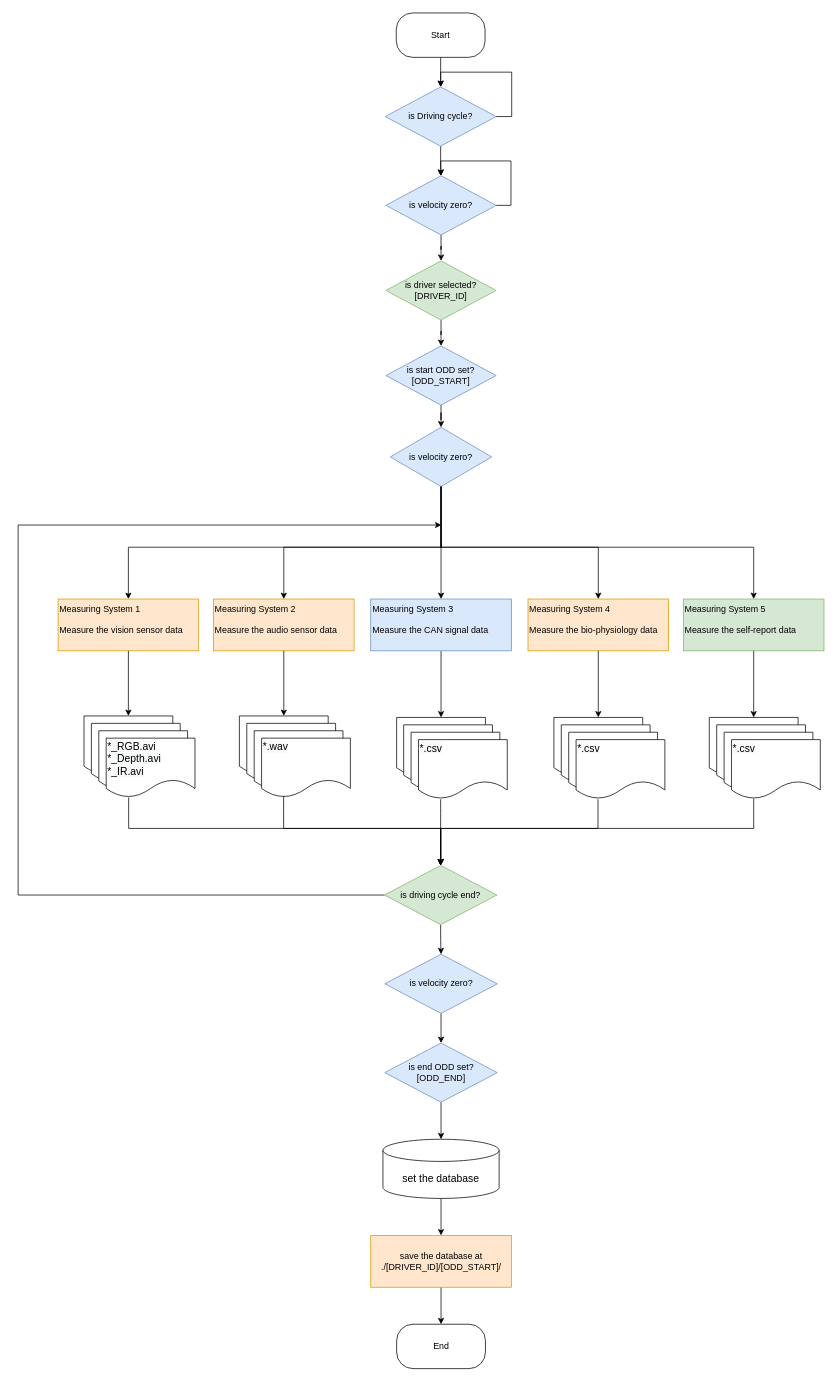
Above: SystemFlowDiagram.drawio in gsethan17/DMS (draw.io), before the change. Source tidied: cells renumbered, new cells numbered last; positions are measured from the earlier drawing's top-left corner, leaving out a move shared by most shapes. Both pictures are drawn from the tidied source at 74%, with x=0, y=0 at pixel (18, 13).
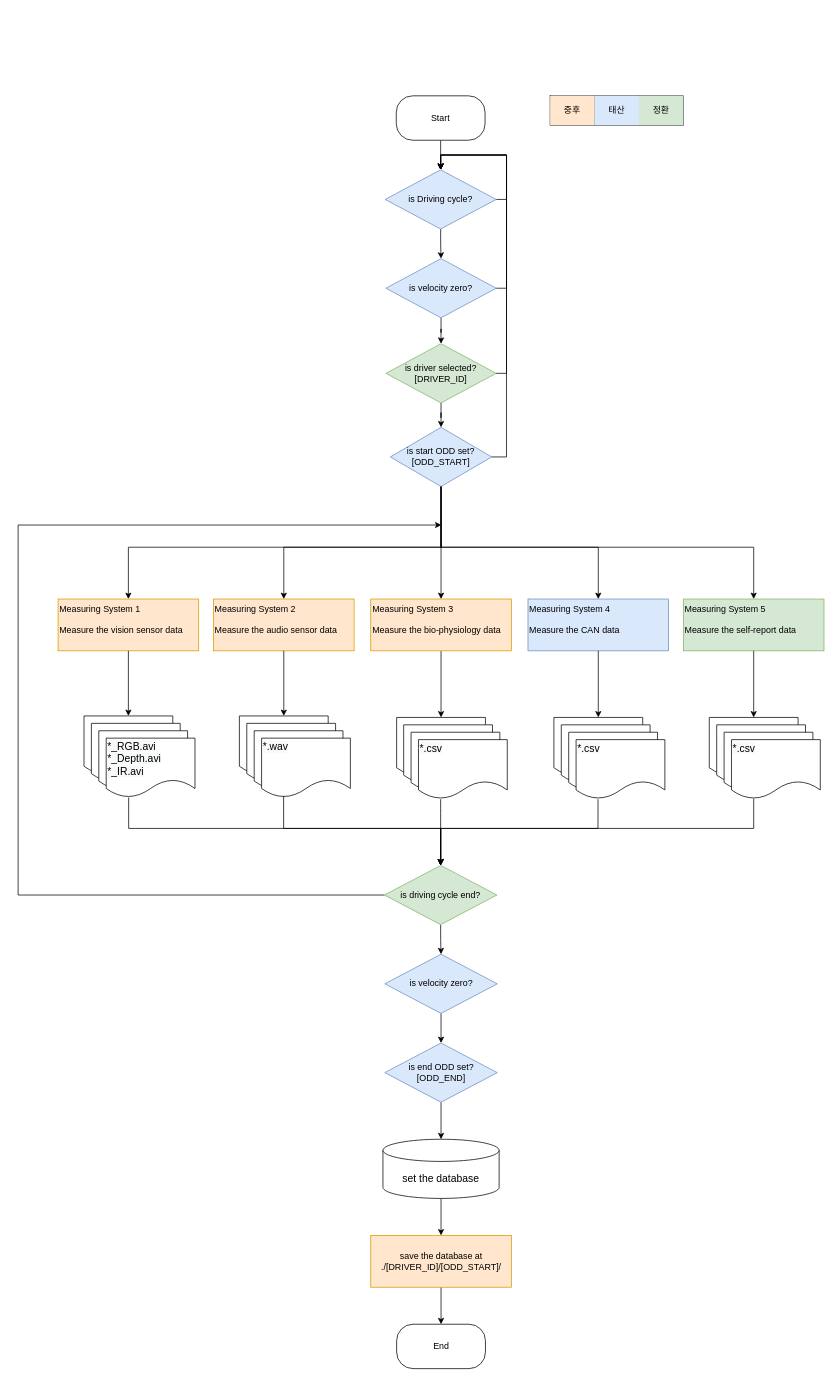
Above is the later version.

Diff of the diagram source:
```diff
@@
     <mxCell id="3" value="Start" style="rounded=1;whiteSpace=wrap;html=1;arcSize=37;" parent="1" vertex="1">
-      <mxGeometry x="511" width="120" height="60" as="geometry" />
+      <mxGeometry x="511" y="112" width="120" height="60" as="geometry" />
     </mxCell>
     <mxCell id="4" style="edgeStyle=orthogonalEdgeStyle;rounded=0;orthogonalLoop=1;jettySize=auto;html=1;exitX=1;exitY=0.5;exitDx=0;exitDy=0;fontSize=14;entryX=0.5;entryY=0;entryDx=0;entryDy=0;" parent="1" edge="1" source="6" target="6">
       <mxGeometry relative="1" as="geometry">
         <Array as="points">
-          <mxPoint x="667" y="140" />
-          <mxPoint x="667" y="80" />
-          <mxPoint x="571" y="80" />
+          <mxPoint x="660" y="252" />
+          <mxPoint x="660" y="192" />
+          <mxPoint x="571" y="192" />
         </Array>
       </mxGeometry>
     </mxCell>
@@
     <mxCell id="6" value="is Driving cycle?" style="rhombus;whiteSpace=wrap;html=1;fillColor=#dae8fc;strokeColor=#6c8ebf;" parent="1" vertex="1">
-      <mxGeometry x="496" y="100" width="150" height="80" as="geometry" />
+      <mxGeometry x="496" y="212" width="150" height="80" as="geometry" />
     </mxCell>
@@
-    <mxCell id="8" style="edgeStyle=orthogonalEdgeStyle;rounded=0;jettySize=auto;html=1;fontSize=14;" parent="1" edge="1" source="9" target="54">
+    <mxCell id="8" style="edgeStyle=orthogonalEdgeStyle;rounded=0;jettySize=auto;html=1;fontSize=14;entryX=0.5;entryY=0;entryDx=0;entryDy=0;" parent="1" edge="1" source="9" target="10">
       <mxGeometry relative="1" as="geometry" />
     </mxCell>
     <mxCell id="9" value="is driver selected?&lt;br&gt;[DRIVER_ID]" style="rhombus;whiteSpace=wrap;html=1;fillColor=#d5e8d4;strokeColor=#82b366;" parent="1" vertex="1">
-      <mxGeometry x="497" y="335" width="149" height="80" as="geometry" />
+      <mxGeometry x="497" y="447" width="149" height="80" as="geometry" />
     </mxCell>
-    <mxCell id="10" value="is velocity zero?" style="rhombus;whiteSpace=wrap;html=1;fillColor=#dae8fc;strokeColor=#6c8ebf;" parent="1" vertex="1">
+    <mxCell id="10" value="is start ODD set?&lt;br&gt;[ODD_START]" style="rhombus;whiteSpace=wrap;html=1;fillColor=#dae8fc;strokeColor=#6c8ebf;" parent="1" vertex="1">
       <mxGeometry x="503" y="560" width="137" height="80" as="geometry" />
     </mxCell>
@@
-    <mxCell id="13" style="edgeStyle=orthogonalEdgeStyle;rounded=0;orthogonalLoop=1;jettySize=auto;html=1;fontSize=14;exitX=1;exitY=0.5;exitDx=0;exitDy=0;" parent="1" edge="1" source="14" target="14">
+    <mxCell id="13" style="edgeStyle=orthogonalEdgeStyle;rounded=0;jettySize=auto;html=1;fontSize=14;exitX=1;exitY=0.5;exitDx=0;exitDy=0;entryX=0.5;entryY=0;entryDx=0;entryDy=0;" parent="1" edge="1" source="14" target="6">
       <mxGeometry relative="1" as="geometry">
         <Array as="points">
-          <mxPoint x="666" y="260" />
-          <mxPoint x="666" y="200" />
-          <mxPoint x="571" y="200" />
+          <mxPoint x="660" y="372" />
+          <mxPoint x="660" y="192" />
+          <mxPoint x="571" y="192" />
         </Array>
       </mxGeometry>
     </mxCell>
     <mxCell id="14" value="is velocity zero?" style="rhombus;whiteSpace=wrap;html=1;fillColor=#dae8fc;strokeColor=#6c8ebf;" parent="1" vertex="1">
-      <mxGeometry x="497" y="220" width="149" height="80" as="geometry" />
+      <mxGeometry x="497" y="332" width="149" height="80" as="geometry" />
     </mxCell>
@@
-    <mxCell id="28" value="Measuring System 3&lt;br&gt;&lt;br&gt;&lt;div style=&quot;text-align: right&quot;&gt;&lt;span&gt;Measure the CAN signal data&lt;/span&gt;&lt;/div&gt;" style="whiteSpace=wrap;html=1;align=left;verticalAlign=top;fillColor=#dae8fc;strokeColor=#6c8ebf;" parent="1" vertex="1">
+    <mxCell id="28" value="Measuring System 3&lt;br&gt;&lt;br&gt;&lt;div style=&quot;text-align: right&quot;&gt;Measure the bio-physiology data&lt;br&gt;&lt;/div&gt;" style="whiteSpace=wrap;html=1;align=left;verticalAlign=top;fillColor=#ffe6cc;strokeColor=#d79b00;" parent="1" vertex="1">
       <mxGeometry x="476.5" y="792" width="190" height="70" as="geometry" />
     </mxCell>
-    <mxCell id="29" value="Measuring System 4&lt;br&gt;&lt;br&gt;&lt;div style=&quot;text-align: right&quot;&gt;&lt;span&gt;Measure the bio-physiology data&lt;/span&gt;&lt;/div&gt;" style="whiteSpace=wrap;html=1;align=left;verticalAlign=top;fillColor=#ffe6cc;strokeColor=#d79b00;" parent="1" vertex="1">
+    <mxCell id="29" value="Measuring System 4&lt;br&gt;&lt;br&gt;&lt;div style=&quot;text-align: right&quot;&gt;&lt;span&gt;Measure the CAN data&lt;/span&gt;&lt;/div&gt;" style="whiteSpace=wrap;html=1;align=left;verticalAlign=top;fillColor=#dae8fc;strokeColor=#6c8ebf;" parent="1" vertex="1">
       <mxGeometry x="689" y="792" width="190" height="70" as="geometry" />
     </mxCell>
@@
-    <mxCell id="53" style="edgeStyle=orthogonalEdgeStyle;rounded=0;jettySize=auto;html=1;fontSize=14;" parent="1" edge="1" source="54" target="10">
-      <mxGeometry relative="1" as="geometry" />
-    </mxCell>
-    <mxCell id="54" value="is start ODD set?&lt;br&gt;[ODD_START]" style="rhombus;whiteSpace=wrap;html=1;fillColor=#dae8fc;strokeColor=#6c8ebf;" parent="1" vertex="1">
-      <mxGeometry x="497" y="450" width="149" height="80" as="geometry" />
-    </mxCell>
@@
+    <mxCell id="67" style="shape=table;html=1;whiteSpace=wrap;startSize=0;childLayout=tableLayout;fontSize=14;align=left;" parent="1" vertex="1">
+      <mxGeometry x="719" y="112" width="180" height="40" as="geometry" />
+    </mxCell>
+    <mxCell id="68" style="shape=partialRectangle;html=1;whiteSpace=wrap;fillColor=none;top=0;left=0;bottom=0;right=0;" parent="67" vertex="1">
+      <mxGeometry width="180" height="40" as="geometry" />
+    </mxCell>
+    <mxCell id="69" value="중후" style="shape=partialRectangle;html=1;whiteSpace=wrap;fillColor=#ffe6cc;top=0;left=0;bottom=0;right=0;overflow=hidden;strokeColor=#d79b00;" parent="68" vertex="1">
+      <mxGeometry width="60" height="40" as="geometry" />
+    </mxCell>
+    <mxCell id="70" value="태산" style="shape=partialRectangle;html=1;whiteSpace=wrap;fillColor=#dae8fc;top=0;left=0;bottom=0;right=0;overflow=hidden;strokeColor=#6c8ebf;" parent="68" vertex="1">
+      <mxGeometry x="60" width="60" height="40" as="geometry" />
+    </mxCell>
+    <mxCell id="71" value="정환" style="shape=partialRectangle;html=1;whiteSpace=wrap;fillColor=#d5e8d4;top=0;left=0;bottom=0;right=0;overflow=hidden;strokeColor=#82b366;" parent="68" vertex="1">
+      <mxGeometry x="120" width="60" height="40" as="geometry" />
+    </mxCell>
+    <mxCell id="72" style="edgeStyle=orthogonalEdgeStyle;rounded=0;jettySize=auto;html=1;fontSize=14;exitX=1;exitY=0.5;exitDx=0;exitDy=0;entryX=0.5;entryY=0;entryDx=0;entryDy=0;" parent="1" edge="1" source="9" target="6">
+      <mxGeometry relative="1" as="geometry">
+        <Array as="points">
+          <mxPoint x="660" y="487" />
+          <mxPoint x="660" y="192" />
+          <mxPoint x="571" y="192" />
+        </Array>
+      </mxGeometry>
+    </mxCell>
+    <mxCell id="73" style="edgeStyle=orthogonalEdgeStyle;rounded=0;jettySize=auto;html=1;fontSize=14;exitX=1;exitY=0.5;exitDx=0;exitDy=0;entryX=0.5;entryY=0;entryDx=0;entryDy=0;" parent="1" edge="1" source="10" target="6">
+      <mxGeometry relative="1" as="geometry">
+        <Array as="points">
+          <mxPoint x="660" y="600" />
+          <mxPoint x="660" y="192" />
+          <mxPoint x="571" y="192" />
+        </Array>
+      </mxGeometry>
+    </mxCell>
```
